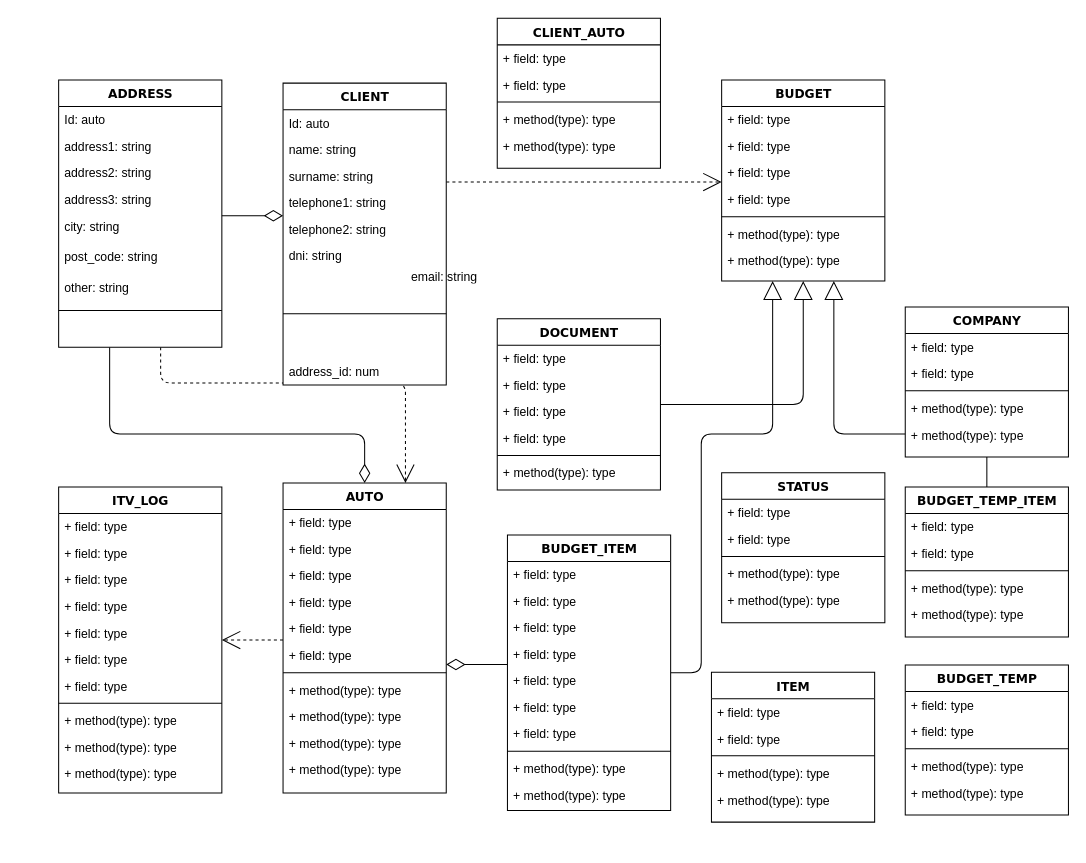
This is Finanauto SRC.drawio from Duende13/Financiauto, a draw.io file, before an edit. Source tidied: cells renumbered, new cells numbered last; positions are measured from the earlier drawing's top-left corner, leaving out a move shared by most shapes. Both pictures are drawn from the tidied source at 102%, with x=0, y=0 at pixel (58, 17).
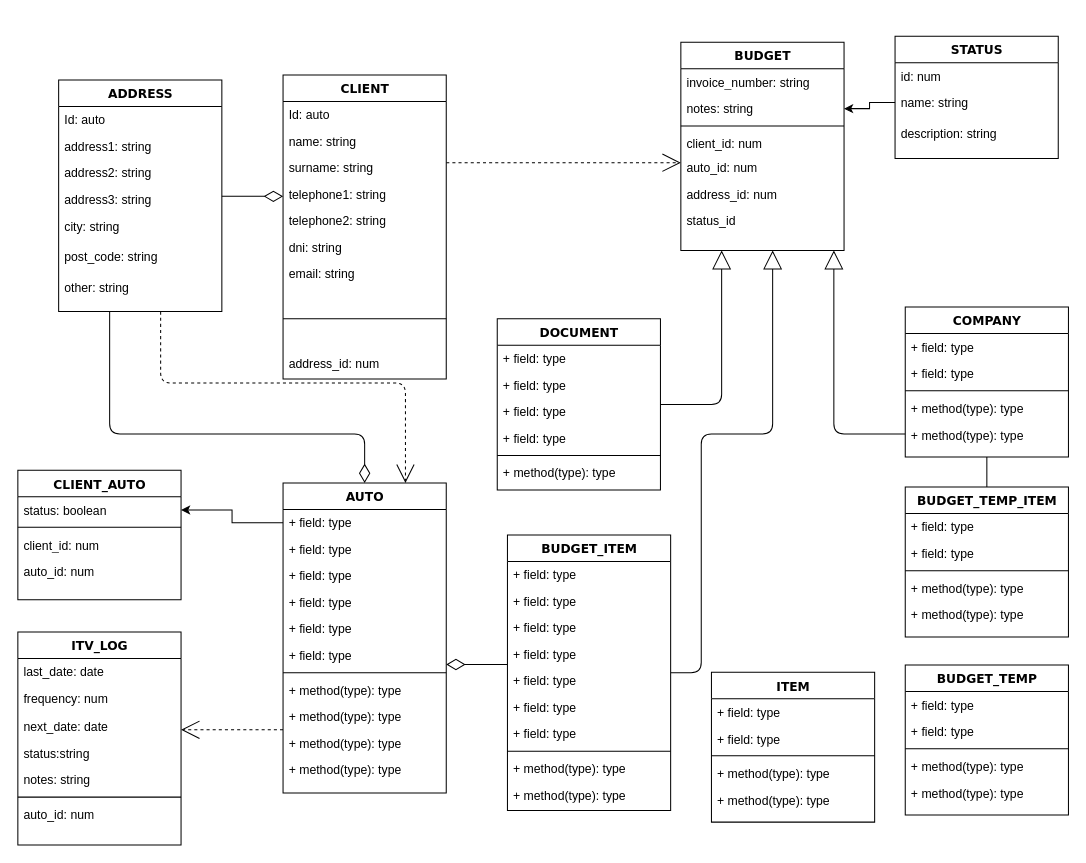
The same diagram, later.

The change refers to these unchanged cells:
```xml
<mxCell id="44" value="AUTO" style="swimlane;html=1;fontStyle=1;align=center;verticalAlign=top;horizontal=1;startSize=26;swimlaneFillColor=#ffffff;rounded=0;shadow=0;comic=0;labelBackgroundColor=none;strokeColor=#000000;strokeWidth=1;fillColor=none;fontFamily=Verdana;fontSize=12;fontColor=#000000;" parent="1" vertex="1">
  <mxGeometry x="220" y="456" width="160" height="304" as="geometry" />
</mxCell>
<mxCell id="45" value="+ field: type" style="text;html=1;strokeColor=none;fillColor=none;align=left;verticalAlign=top;spacingLeft=4;spacingRight=4;whiteSpace=wrap;overflow=hidden;points=[[0,0.5],[1,0.5]];portConstraint=eastwest;" parent="44" vertex="1">
  <mxGeometry y="26" width="160" height="26" as="geometry" />
</mxCell>
<mxCell id="69" value="DOCUMENT" style="swimlane;html=1;fontStyle=1;align=center;verticalAlign=top;horizontal=1;startSize=26;swimlaneFillColor=#ffffff;rounded=0;shadow=0;comic=0;labelBackgroundColor=none;strokeColor=#000000;strokeWidth=1;fillColor=none;fontFamily=Verdana;fontSize=12;fontColor=#000000;" parent="1" vertex="1">
  <mxGeometry x="430" y="295" width="160" height="168" as="geometry" />
</mxCell>
```

The edit, as a diff of the source:
```diff
@@
     <mxCell id="4" value="ADDRESS" style="swimlane;html=1;fontStyle=1;align=center;verticalAlign=top;horizontal=1;startSize=26;swimlaneFillColor=#ffffff;rounded=0;shadow=0;comic=0;labelBackgroundColor=none;strokeColor=#000000;strokeWidth=1;fillColor=none;fontFamily=Verdana;fontSize=12;fontColor=#000000;" parent="1" vertex="1">
-      <mxGeometry y="61" width="160" height="262" as="geometry" />
+      <mxGeometry y="61" width="160" height="227" as="geometry" />
     </mxCell>
@@
-    <mxCell id="11" style="line;html=1;strokeWidth=1;fillColor=none;align=left;verticalAlign=middle;spacingTop=-1;spacingLeft=3;spacingRight=3;labelPosition=right;" parent="4" vertex="1">
-      <mxGeometry y="190" width="160" height="72" as="geometry" />
-    </mxCell>
@@
     <mxCell id="13" value="CLIENT" style="swimlane;html=1;fontStyle=1;align=center;verticalAlign=top;horizontal=1;startSize=26;swimlaneFillColor=#ffffff;rounded=0;shadow=0;comic=0;labelBackgroundColor=none;strokeColor=#000000;strokeWidth=1;fillColor=none;fontFamily=Verdana;fontSize=12;fontColor=#000000;" parent="1" vertex="1">
-      <mxGeometry x="220" y="64" width="160" height="296" as="geometry" />
+      <mxGeometry x="220" y="56" width="160" height="298" as="geometry" />
     </mxCell>
@@
+    <mxCell id="85" value="email: string" style="text;html=1;strokeColor=none;fillColor=none;align=left;verticalAlign=top;spacingLeft=4;spacingRight=4;whiteSpace=wrap;overflow=hidden;" parent="13" vertex="1">
+      <mxGeometry y="182" width="160" height="26" as="geometry" />
+    </mxCell>
     <mxCell id="20" style="line;html=1;strokeWidth=1;fillColor=none;align=left;verticalAlign=middle;spacingTop=-1;spacingLeft=3;spacingRight=3;labelPosition=right;" parent="13" vertex="1">
-      <mxGeometry y="182" width="160" height="88" as="geometry" />
+      <mxGeometry y="208" width="160" height="62" as="geometry" />
     </mxCell>
@@
     <mxCell id="22" value="BUDGET" style="swimlane;html=1;fontStyle=1;align=center;verticalAlign=top;horizontal=1;startSize=26;swimlaneFillColor=#ffffff;rounded=0;shadow=0;comic=0;labelBackgroundColor=none;strokeColor=#000000;strokeWidth=1;fillColor=none;fontFamily=Verdana;fontSize=12;fontColor=#000000;" parent="1" vertex="1">
-      <mxGeometry x="650" y="61" width="160" height="197" as="geometry" />
+      <mxGeometry x="610" y="24" width="160" height="204" as="geometry" />
     </mxCell>
-    <mxCell id="23" value="+ field: type" style="text;html=1;strokeColor=none;fillColor=none;align=left;verticalAlign=top;spacingLeft=4;spacingRight=4;whiteSpace=wrap;overflow=hidden;" parent="22" vertex="1">
+    <mxCell id="23" value="invoice_number: string" style="text;html=1;strokeColor=none;fillColor=none;align=left;verticalAlign=top;spacingLeft=4;spacingRight=4;whiteSpace=wrap;overflow=hidden;" parent="22" vertex="1">
       <mxGeometry y="26" width="160" height="26" as="geometry" />
     </mxCell>
-    <mxCell id="24" value="+ field: type" style="text;html=1;strokeColor=none;fillColor=none;align=left;verticalAlign=top;spacingLeft=4;spacingRight=4;whiteSpace=wrap;overflow=hidden;points=[[0,0.5],[1,0.5]];portConstraint=eastwest;" parent="22" vertex="1">
+    <mxCell id="24" value="notes: string" style="text;html=1;strokeColor=none;fillColor=none;align=left;verticalAlign=top;spacingLeft=4;spacingRight=4;whiteSpace=wrap;overflow=hidden;points=[[0,0.5],[1,0.5]];portConstraint=eastwest;" parent="22" vertex="1">
       <mxGeometry y="52" width="160" height="26" as="geometry" />
     </mxCell>
-    <mxCell id="25" value="+ field: type" style="text;html=1;strokeColor=none;fillColor=none;align=left;verticalAlign=top;spacingLeft=4;spacingRight=4;whiteSpace=wrap;overflow=hidden;" parent="22" vertex="1">
-      <mxGeometry y="78" width="160" height="26" as="geometry" />
-    </mxCell>
-    <mxCell id="26" value="+ field: type" style="text;html=1;strokeColor=none;fillColor=none;align=left;verticalAlign=top;spacingLeft=4;spacingRight=4;whiteSpace=wrap;overflow=hidden;" parent="22" vertex="1">
-      <mxGeometry y="104" width="160" height="26" as="geometry" />
-    </mxCell>
     <mxCell id="27" style="line;html=1;strokeWidth=1;fillColor=none;align=left;verticalAlign=middle;spacingTop=-1;spacingLeft=3;spacingRight=3;labelPosition=right;" parent="22" vertex="1">
-      <mxGeometry y="130" width="160" height="8" as="geometry" />
+      <mxGeometry y="78" width="160" height="8" as="geometry" />
     </mxCell>
-    <mxCell id="28" value="+ method(type): type" style="text;html=1;strokeColor=none;fillColor=none;align=left;verticalAlign=top;spacingLeft=4;spacingRight=4;whiteSpace=wrap;overflow=hidden;" parent="22" vertex="1">
-      <mxGeometry y="138" width="160" height="26" as="geometry" />
+    <mxCell id="28" value="client_id: num" style="text;html=1;strokeColor=none;fillColor=none;align=left;verticalAlign=top;spacingLeft=4;spacingRight=4;whiteSpace=wrap;overflow=hidden;" parent="22" vertex="1">
+      <mxGeometry y="86" width="160" height="24" as="geometry" />
     </mxCell>
-    <mxCell id="29" value="+ method(type): type" style="text;html=1;strokeColor=none;fillColor=none;align=left;verticalAlign=top;spacingLeft=4;spacingRight=4;whiteSpace=wrap;overflow=hidden;" parent="22" vertex="1">
-      <mxGeometry y="164" width="160" height="26" as="geometry" />
+    <mxCell id="29" value="auto_id: num" style="text;html=1;strokeColor=none;fillColor=none;align=left;verticalAlign=top;spacingLeft=4;spacingRight=4;whiteSpace=wrap;overflow=hidden;" parent="22" vertex="1">
+      <mxGeometry y="110" width="160" height="26" as="geometry" />
     </mxCell>
+    <mxCell id="116" value="address_id: num" style="text;html=1;strokeColor=none;fillColor=none;align=left;verticalAlign=top;spacingLeft=4;spacingRight=4;whiteSpace=wrap;overflow=hidden;" parent="22" vertex="1">
+      <mxGeometry y="136" width="160" height="26" as="geometry" />
+    </mxCell>
+    <mxCell id="117" value="status_id" style="text;html=1;strokeColor=none;fillColor=none;align=left;verticalAlign=top;spacingLeft=4;spacingRight=4;whiteSpace=wrap;overflow=hidden;" parent="22" vertex="1">
+      <mxGeometry y="162" width="160" height="26" as="geometry" />
+    </mxCell>
     <mxCell id="30" style="edgeStyle=elbowEdgeStyle;html=1;labelBackgroundColor=none;startFill=0;startSize=8;endArrow=open;endFill=0;endSize=16;fontFamily=Verdana;fontSize=12;elbow=vertical;dashed=1;" parent="1" edge="1" source="44" target="31">
-      <mxGeometry relative="1" as="geometry" />
+      <mxGeometry relative="1" as="geometry">
+        <Array as="points">
+          <mxPoint x="170" y="698" />
+        </Array>
+      </mxGeometry>
     </mxCell>
     <mxCell id="31" value="ITV_LOG" style="swimlane;html=1;fontStyle=1;align=center;verticalAlign=top;horizontal=1;startSize=26;swimlaneFillColor=#ffffff;rounded=0;shadow=0;comic=0;labelBackgroundColor=none;strokeColor=#000000;strokeWidth=1;fillColor=none;fontFamily=Verdana;fontSize=12;fontColor=#000000;" parent="1" vertex="1">
-      <mxGeometry y="460" width="160" height="300" as="geometry" />
+      <mxGeometry x="-40" y="602" width="160" height="209" as="geometry" />
     </mxCell>
-    <mxCell id="32" value="+ field: type" style="text;html=1;strokeColor=none;fillColor=none;align=left;verticalAlign=top;spacingLeft=4;spacingRight=4;whiteSpace=wrap;overflow=hidden;" parent="31" vertex="1">
+    <mxCell id="32" value="last_date: date" style="text;html=1;strokeColor=none;fillColor=none;align=left;verticalAlign=top;spacingLeft=4;spacingRight=4;whiteSpace=wrap;overflow=hidden;" parent="31" vertex="1">
       <mxGeometry y="26" width="160" height="26" as="geometry" />
     </mxCell>
-    <mxCell id="33" value="+ field: type" style="text;html=1;strokeColor=none;fillColor=none;align=left;verticalAlign=top;spacingLeft=4;spacingRight=4;whiteSpace=wrap;overflow=hidden;" parent="31" vertex="1">
-      <mxGeometry y="52" width="160" height="26" as="geometry" />
+    <mxCell id="33" value="frequency: num&lt;br&gt;&lt;br&gt;" style="text;html=1;strokeColor=none;fillColor=none;align=left;verticalAlign=top;spacingLeft=4;spacingRight=4;whiteSpace=wrap;overflow=hidden;" parent="31" vertex="1">
+      <mxGeometry y="52" width="160" height="28" as="geometry" />
     </mxCell>
-    <mxCell id="34" value="+ field: type" style="text;html=1;strokeColor=none;fillColor=none;align=left;verticalAlign=top;spacingLeft=4;spacingRight=4;whiteSpace=wrap;overflow=hidden;" parent="31" vertex="1">
-      <mxGeometry y="78" width="160" height="26" as="geometry" />
+    <mxCell id="34" value="next_date: date&lt;br&gt;&lt;br&gt;" style="text;html=1;strokeColor=none;fillColor=none;align=left;verticalAlign=top;spacingLeft=4;spacingRight=4;whiteSpace=wrap;overflow=hidden;" parent="31" vertex="1">
+      <mxGeometry y="80" width="160" height="26" as="geometry" />
     </mxCell>
-    <mxCell id="35" value="+ field: type" style="text;html=1;strokeColor=none;fillColor=none;align=left;verticalAlign=top;spacingLeft=4;spacingRight=4;whiteSpace=wrap;overflow=hidden;" parent="31" vertex="1">
-      <mxGeometry y="104" width="160" height="26" as="geometry" />
+    <mxCell id="35" value="status:string" style="text;html=1;strokeColor=none;fillColor=none;align=left;verticalAlign=top;spacingLeft=4;spacingRight=4;whiteSpace=wrap;overflow=hidden;" parent="31" vertex="1">
+      <mxGeometry y="106" width="160" height="26" as="geometry" />
     </mxCell>
-    <mxCell id="36" value="+ field: type" style="text;html=1;strokeColor=none;fillColor=none;align=left;verticalAlign=top;spacingLeft=4;spacingRight=4;whiteSpace=wrap;overflow=hidden;" parent="31" vertex="1">
-      <mxGeometry y="130" width="160" height="26" as="geometry" />
+    <mxCell id="36" value="notes: string" style="text;html=1;strokeColor=none;fillColor=none;align=left;verticalAlign=top;spacingLeft=4;spacingRight=4;whiteSpace=wrap;overflow=hidden;" parent="31" vertex="1">
+      <mxGeometry y="132" width="160" height="26" as="geometry" />
     </mxCell>
-    <mxCell id="37" value="+ field: type" style="text;html=1;strokeColor=none;fillColor=none;align=left;verticalAlign=top;spacingLeft=4;spacingRight=4;whiteSpace=wrap;overflow=hidden;" parent="31" vertex="1">
-      <mxGeometry y="156" width="160" height="26" as="geometry" />
-    </mxCell>
-    <mxCell id="38" value="+ field: type" style="text;html=1;strokeColor=none;fillColor=none;align=left;verticalAlign=top;spacingLeft=4;spacingRight=4;whiteSpace=wrap;overflow=hidden;" parent="31" vertex="1">
-      <mxGeometry y="182" width="160" height="26" as="geometry" />
-    </mxCell>
     <mxCell id="39" style="line;html=1;strokeWidth=1;fillColor=none;align=left;verticalAlign=middle;spacingTop=-1;spacingLeft=3;spacingRight=3;labelPosition=right;" parent="31" vertex="1">
-      <mxGeometry y="208" width="160" height="8" as="geometry" />
+      <mxGeometry y="158" width="160" height="8" as="geometry" />
     </mxCell>
-    <mxCell id="40" value="+ method(type): type" style="text;html=1;strokeColor=none;fillColor=none;align=left;verticalAlign=top;spacingLeft=4;spacingRight=4;whiteSpace=wrap;overflow=hidden;" parent="31" vertex="1">
-      <mxGeometry y="216" width="160" height="26" as="geometry" />
+    <mxCell id="40" value="auto_id: num" style="text;html=1;strokeColor=none;fillColor=none;align=left;verticalAlign=top;spacingLeft=4;spacingRight=4;whiteSpace=wrap;overflow=hidden;" parent="31" vertex="1">
+      <mxGeometry y="166" width="160" height="26" as="geometry" />
     </mxCell>
-    <mxCell id="41" value="+ method(type): type" style="text;html=1;strokeColor=none;fillColor=none;align=left;verticalAlign=top;spacingLeft=4;spacingRight=4;whiteSpace=wrap;overflow=hidden;" parent="31" vertex="1">
-      <mxGeometry y="242" width="160" height="26" as="geometry" />
-    </mxCell>
-    <mxCell id="42" value="+ method(type): type" style="text;html=1;strokeColor=none;fillColor=none;align=left;verticalAlign=top;spacingLeft=4;spacingRight=4;whiteSpace=wrap;overflow=hidden;" parent="31" vertex="1">
-      <mxGeometry y="268" width="160" height="26" as="geometry" />
-    </mxCell>
@@
     <mxCell id="68" style="edgeStyle=orthogonalEdgeStyle;html=1;labelBackgroundColor=none;startFill=0;startSize=8;endArrow=block;endFill=0;endSize=16;fontFamily=Verdana;fontSize=12;" parent="1" edge="1" source="69" target="22">
-      <mxGeometry relative="1" as="geometry" />
+      <mxGeometry relative="1" as="geometry">
+        <Array as="points">
+          <mxPoint x="650" y="379" />
+        </Array>
+      </mxGeometry>
     </mxCell>
@@
-    <mxCell id="85" value="email: string" style="text;html=1;strokeColor=none;fillColor=none;align=left;verticalAlign=top;spacingLeft=4;spacingRight=4;whiteSpace=wrap;overflow=hidden;" parent="1" vertex="1">
-      <mxGeometry x="340" y="240" width="160" height="26" as="geometry" />
-    </mxCell>
@@
     <mxCell id="104" value="CLIENT_AUTO" style="swimlane;html=1;fontStyle=1;align=center;verticalAlign=top;horizontal=1;startSize=26;swimlaneFillColor=#ffffff;rounded=0;shadow=0;comic=0;labelBackgroundColor=none;strokeColor=#000000;strokeWidth=1;fillColor=none;fontFamily=Verdana;fontSize=12;fontColor=#000000;" parent="1" vertex="1">
-      <mxGeometry x="430" y="0.5" width="160" height="147" as="geometry" />
+      <mxGeometry x="-40" y="443.5" width="160" height="127" as="geometry" />
     </mxCell>
-    <mxCell id="105" value="+ field: type" style="text;html=1;strokeColor=none;fillColor=none;align=left;verticalAlign=top;spacingLeft=4;spacingRight=4;whiteSpace=wrap;overflow=hidden;points=[[0,0.5],[1,0.5]];portConstraint=eastwest;" parent="104" vertex="1">
+    <mxCell id="105" value="status: boolean" style="text;html=1;strokeColor=none;fillColor=none;align=left;verticalAlign=top;spacingLeft=4;spacingRight=4;whiteSpace=wrap;overflow=hidden;points=[[0,0.5],[1,0.5]];portConstraint=eastwest;" parent="104" vertex="1">
       <mxGeometry y="26" width="160" height="26" as="geometry" />
     </mxCell>
-    <mxCell id="106" value="+ field: type" style="text;html=1;strokeColor=none;fillColor=none;align=left;verticalAlign=top;spacingLeft=4;spacingRight=4;whiteSpace=wrap;overflow=hidden;" parent="104" vertex="1">
-      <mxGeometry y="52" width="160" height="26" as="geometry" />
-    </mxCell>
     <mxCell id="107" style="line;html=1;strokeWidth=1;fillColor=none;align=left;verticalAlign=middle;spacingTop=-1;spacingLeft=3;spacingRight=3;labelPosition=right;" parent="104" vertex="1">
-      <mxGeometry y="78" width="160" height="8" as="geometry" />
+      <mxGeometry y="52" width="160" height="8" as="geometry" />
     </mxCell>
-    <mxCell id="108" value="+ method(type): type" style="text;html=1;strokeColor=none;fillColor=none;align=left;verticalAlign=top;spacingLeft=4;spacingRight=4;whiteSpace=wrap;overflow=hidden;" parent="104" vertex="1">
-      <mxGeometry y="86" width="160" height="26" as="geometry" />
+    <mxCell id="108" value="client_id: num" style="text;html=1;strokeColor=none;fillColor=none;align=left;verticalAlign=top;spacingLeft=4;spacingRight=4;whiteSpace=wrap;overflow=hidden;" parent="104" vertex="1">
+      <mxGeometry y="60" width="160" height="26" as="geometry" />
     </mxCell>
-    <mxCell id="109" value="+ method(type): type" style="text;html=1;strokeColor=none;fillColor=none;align=left;verticalAlign=top;spacingLeft=4;spacingRight=4;whiteSpace=wrap;overflow=hidden;" parent="104" vertex="1">
-      <mxGeometry y="112" width="160" height="26" as="geometry" />
+    <mxCell id="109" value="auto_id: num" style="text;html=1;strokeColor=none;fillColor=none;align=left;verticalAlign=top;spacingLeft=4;spacingRight=4;whiteSpace=wrap;overflow=hidden;" parent="104" vertex="1">
+      <mxGeometry y="86" width="160" height="26" as="geometry" />
     </mxCell>
     <mxCell id="110" value="STATUS" style="swimlane;html=1;fontStyle=1;align=center;verticalAlign=top;horizontal=1;startSize=26;swimlaneFillColor=#ffffff;rounded=0;shadow=0;comic=0;labelBackgroundColor=none;strokeColor=#000000;strokeWidth=1;fillColor=none;fontFamily=Verdana;fontSize=12;fontColor=#000000;" parent="1" vertex="1">
-      <mxGeometry x="650" y="446" width="160" height="147" as="geometry" />
+      <mxGeometry x="820" y="18" width="160" height="120" as="geometry" />
     </mxCell>
-    <mxCell id="111" value="+ field: type" style="text;html=1;strokeColor=none;fillColor=none;align=left;verticalAlign=top;spacingLeft=4;spacingRight=4;whiteSpace=wrap;overflow=hidden;" parent="110" vertex="1">
+    <mxCell id="111" value="id: num" style="text;html=1;strokeColor=none;fillColor=none;align=left;verticalAlign=top;spacingLeft=4;spacingRight=4;whiteSpace=wrap;overflow=hidden;" parent="110" vertex="1">
       <mxGeometry y="26" width="160" height="26" as="geometry" />
     </mxCell>
-    <mxCell id="112" value="+ field: type" style="text;html=1;strokeColor=none;fillColor=none;align=left;verticalAlign=top;spacingLeft=4;spacingRight=4;whiteSpace=wrap;overflow=hidden;points=[[0,0.5],[1,0.5]];portConstraint=eastwest;" parent="110" vertex="1">
+    <mxCell id="112" value="name: string" style="text;html=1;strokeColor=none;fillColor=none;align=left;verticalAlign=top;spacingLeft=4;spacingRight=4;whiteSpace=wrap;overflow=hidden;points=[[0,0.5],[1,0.5]];portConstraint=eastwest;" parent="110" vertex="1">
       <mxGeometry y="52" width="160" height="26" as="geometry" />
     </mxCell>
-    <mxCell id="113" style="line;html=1;strokeWidth=1;fillColor=none;align=left;verticalAlign=middle;spacingTop=-1;spacingLeft=3;spacingRight=3;labelPosition=right;" parent="110" vertex="1">
-      <mxGeometry y="78" width="160" height="8" as="geometry" />
-    </mxCell>
-    <mxCell id="114" value="+ method(type): type" style="text;html=1;strokeColor=none;fillColor=none;align=left;verticalAlign=top;spacingLeft=4;spacingRight=4;whiteSpace=wrap;overflow=hidden;" parent="110" vertex="1">
-      <mxGeometry y="86" width="160" height="26" as="geometry" />
-    </mxCell>
-    <mxCell id="115" value="+ method(type): type" style="text;html=1;strokeColor=none;fillColor=none;align=left;verticalAlign=top;spacingLeft=4;spacingRight=4;whiteSpace=wrap;overflow=hidden;" parent="110" vertex="1">
-      <mxGeometry y="112" width="160" height="26" as="geometry" />
-    </mxCell>
+    <mxCell id="118" style="edgeStyle=orthogonalEdgeStyle;rounded=0;jettySize=auto;html=1;exitX=0;exitY=0.5;exitDx=0;exitDy=0;" parent="1" edge="1" source="45" target="105">
+      <mxGeometry relative="1" as="geometry" />
+    </mxCell>
+    <mxCell id="119" value="description: string" style="text;html=1;strokeColor=none;fillColor=none;align=left;verticalAlign=top;spacingLeft=4;spacingRight=4;whiteSpace=wrap;overflow=hidden;" parent="1" vertex="1">
+      <mxGeometry x="820" y="100" width="160" height="26" as="geometry" />
+    </mxCell>
+    <mxCell id="120" style="edgeStyle=orthogonalEdgeStyle;rounded=0;jettySize=auto;html=1;exitX=0;exitY=0.5;exitDx=0;exitDy=0;" parent="1" edge="1" source="112" target="24">
+      <mxGeometry relative="1" as="geometry" />
+    </mxCell>
```
